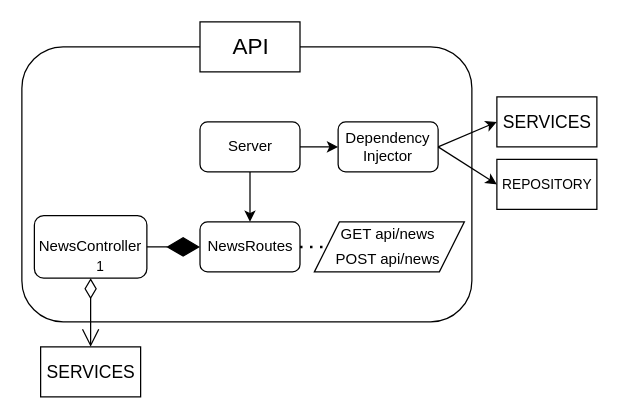
Above: img/API_diagram.drawio in carlCarlson6/CamillionCodeAssignment (draw.io), before the change. Source tidied: cells renumbered, new cells numbered last; positions are measured from the earlier drawing's top-left corner, leaving out a move shared by most shapes. Both pictures are drawn from the tidied source at 125%, with x=0, y=0 at pixel (21, 21).
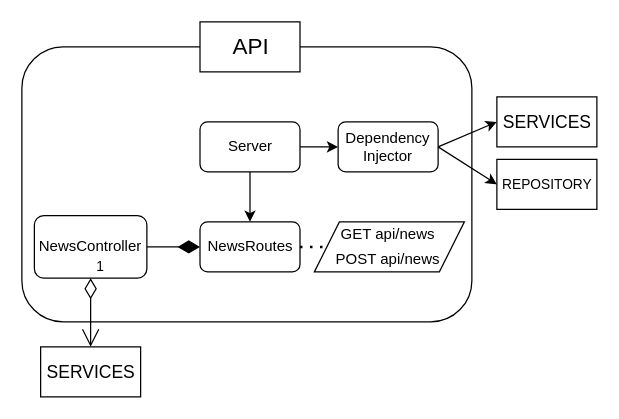
After the change.

Commit message (it also covers changes not shown here):
updated readme added SERVICES diagram

The change refers to these unchanged cells:
```xml
<mxCell id="7" value="NewsRoutes" style="rounded=1;whiteSpace=wrap;html=1;" parent="1" vertex="1">
  <mxGeometry x="142.5" y="160" width="80" height="40" as="geometry" />
</mxCell>
<mxCell id="8" value="NewsController" style="rounded=1;whiteSpace=wrap;html=1;" parent="1" vertex="1">
  <mxGeometry x="10" y="155" width="90" height="50" as="geometry" />
</mxCell>
```

Diff of the diagram source:
```diff
@@
-    <mxCell id="9" style="endArrow=diamondThin;endFill=1;endSize=24;html=1;entryX=0;entryY=0.5;entryDx=0;entryDy=0;exitX=1;exitY=0.5;exitDx=0;exitDy=0;" parent="1" edge="1" source="8" target="7">
+    <mxCell id="9" style="endArrow=diamondThin;endFill=1;endSize=15;html=1;entryX=0;entryY=0.5;entryDx=0;entryDy=0;exitX=1;exitY=0.5;exitDx=0;exitDy=0;" parent="1" edge="1" source="8" target="7">
       <mxGeometry relative="1" as="geometry" />
     </mxCell>
```
